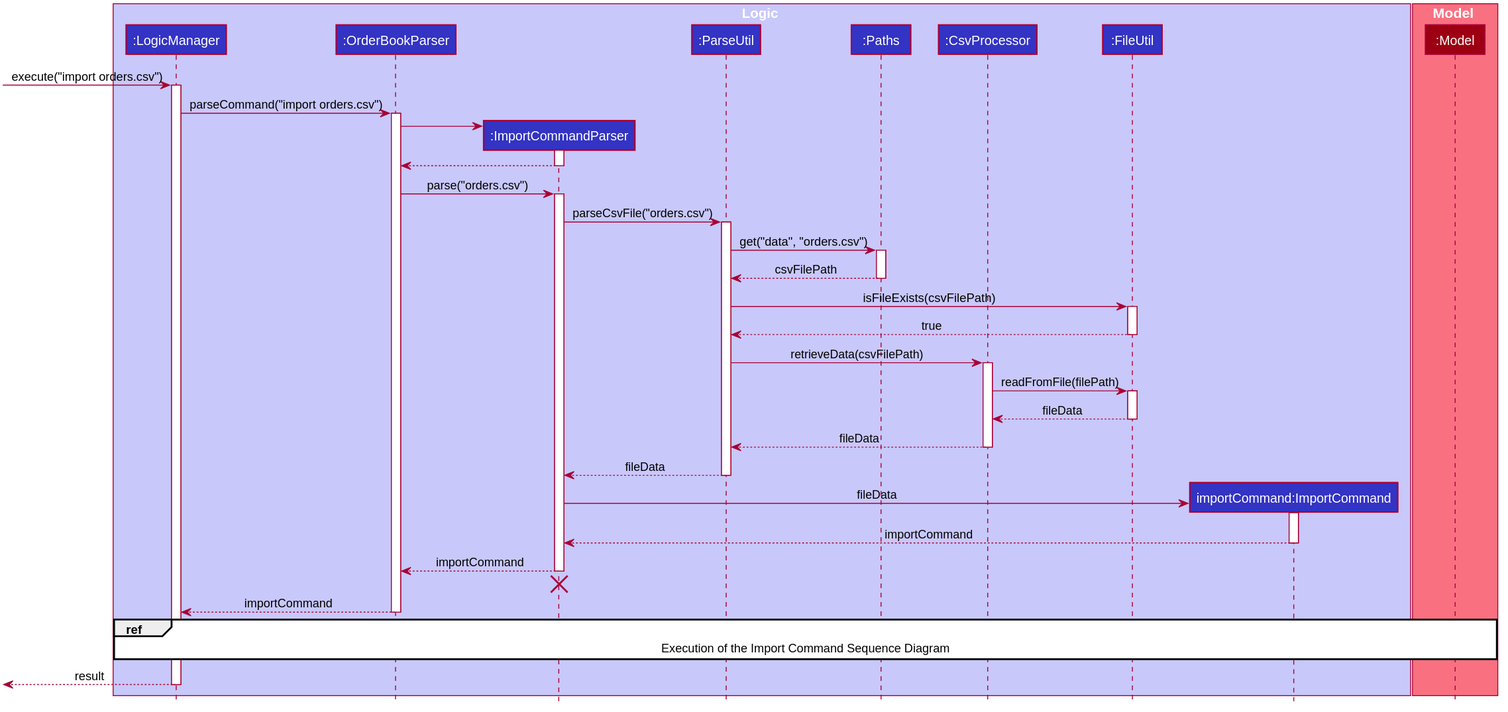
Earlier version of the PlantUML export docs/images/ImportCommandSequenceDiagram.svg (nus-cs2103-AY1920S2/addressbook-level3).
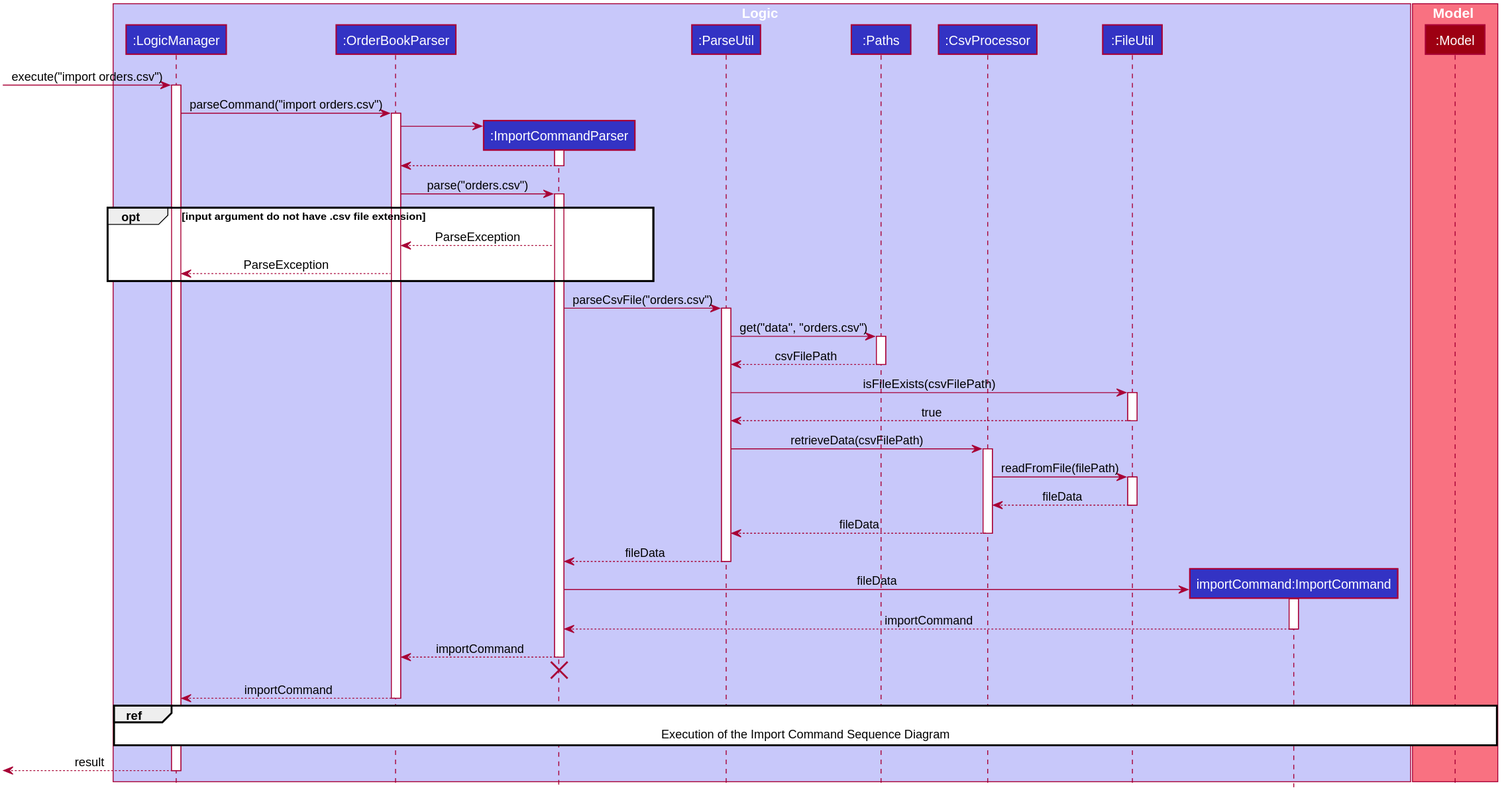
The same file after the commit.

The edit, as a diff of the source:
```diff
@@ -74,6 +74,11 @@
 
 OrderBookParser -> ImportCommandParser ++ : parse("orders.csv")
 
+opt input argument do not have .csv file extension
+    ImportCommandParser --> OrderBookParser : ParseException
+    OrderBookParser --> LogicManager : ParseException
+end
+
 ImportCommandParser -> ParseUtil ++ : parseCsvFile("orders.csv")
 
 ParseUtil -> Paths ++ : get("data", "orders.csv")
```
